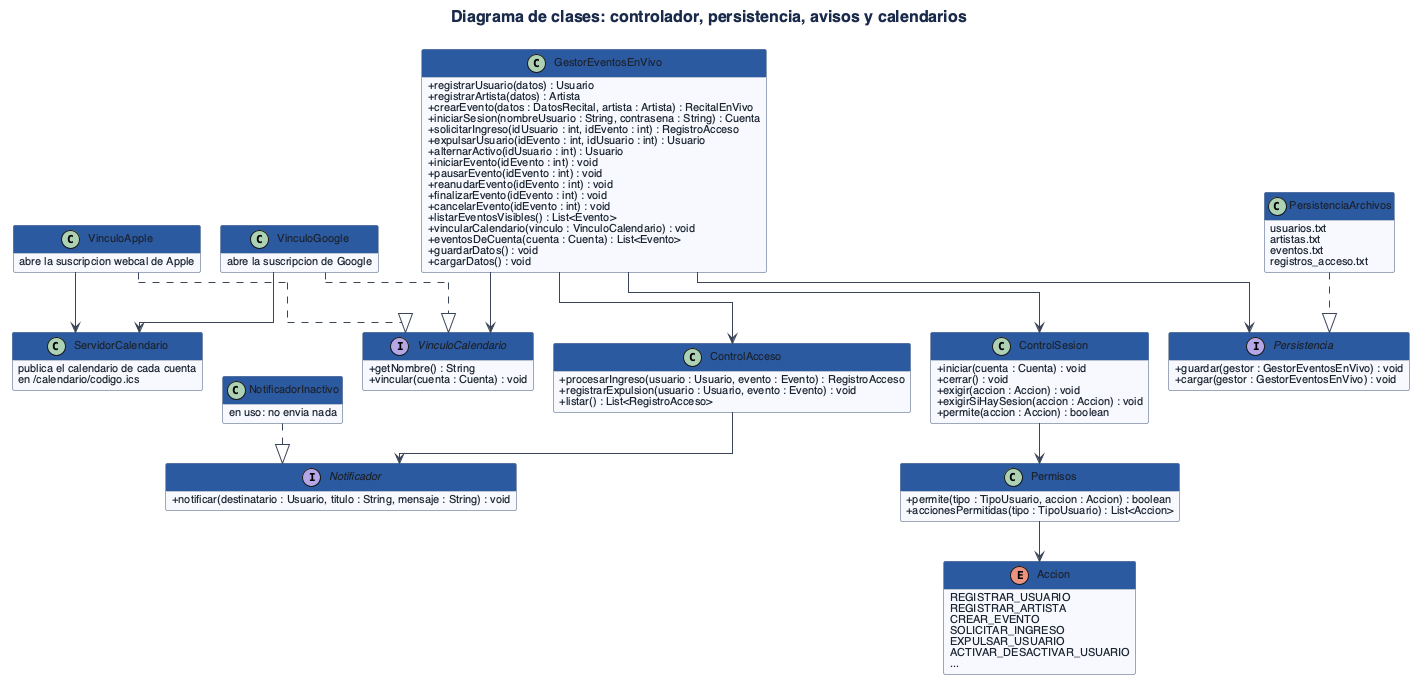
Earlier version of the PlantUML export TP/Grupo9_POO_Diagramas_Pdf/imagenes/clases-controlador.png (lferraro1103/Proceso-de-desarrollo-de-sosftware).
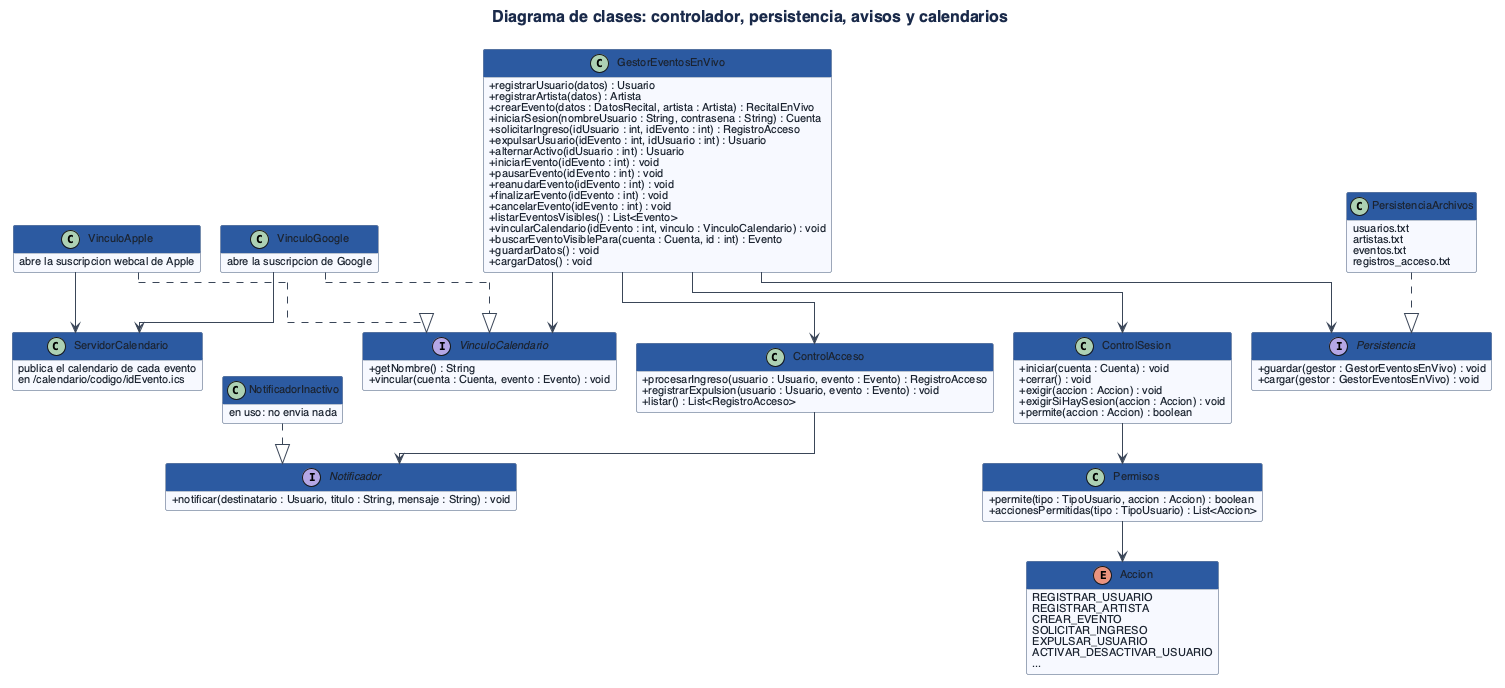
After the change.

Change to the diagram source:
```diff
@@ -16,8 +16,8 @@
   +finalizarEvento(idEvento : int) : void
   +cancelarEvento(idEvento : int) : void
   +listarEventosVisibles() : List<Evento>
-  +vincularCalendario(vinculo : VinculoCalendario) : void
-  +eventosDeCuenta(cuenta : Cuenta) : List<Evento>
+  +vincularCalendario(idEvento : int, vinculo : VinculoCalendario) : void
+  +buscarEventoVisiblePara(cuenta : Cuenta, id : int) : Evento
   +guardarDatos() : void
   +cargarDatos() : void
 }
@@ -62,7 +62,7 @@
 
 interface VinculoCalendario {
   +getNombre() : String
-  +vincular(cuenta : Cuenta) : void
+  +vincular(cuenta : Cuenta, evento : Evento) : void
 }
 
 class PersistenciaArchivos {
@@ -85,8 +85,8 @@
 }
 
 class ServidorCalendario {
-  publica el calendario de cada cuenta
-  en /calendario/codigo.ics
+  publica el calendario de cada evento
+  en /calendario/codigo/idEvento.ics
 }
 
 GestorEventosEnVivo --> ControlAcceso
```
